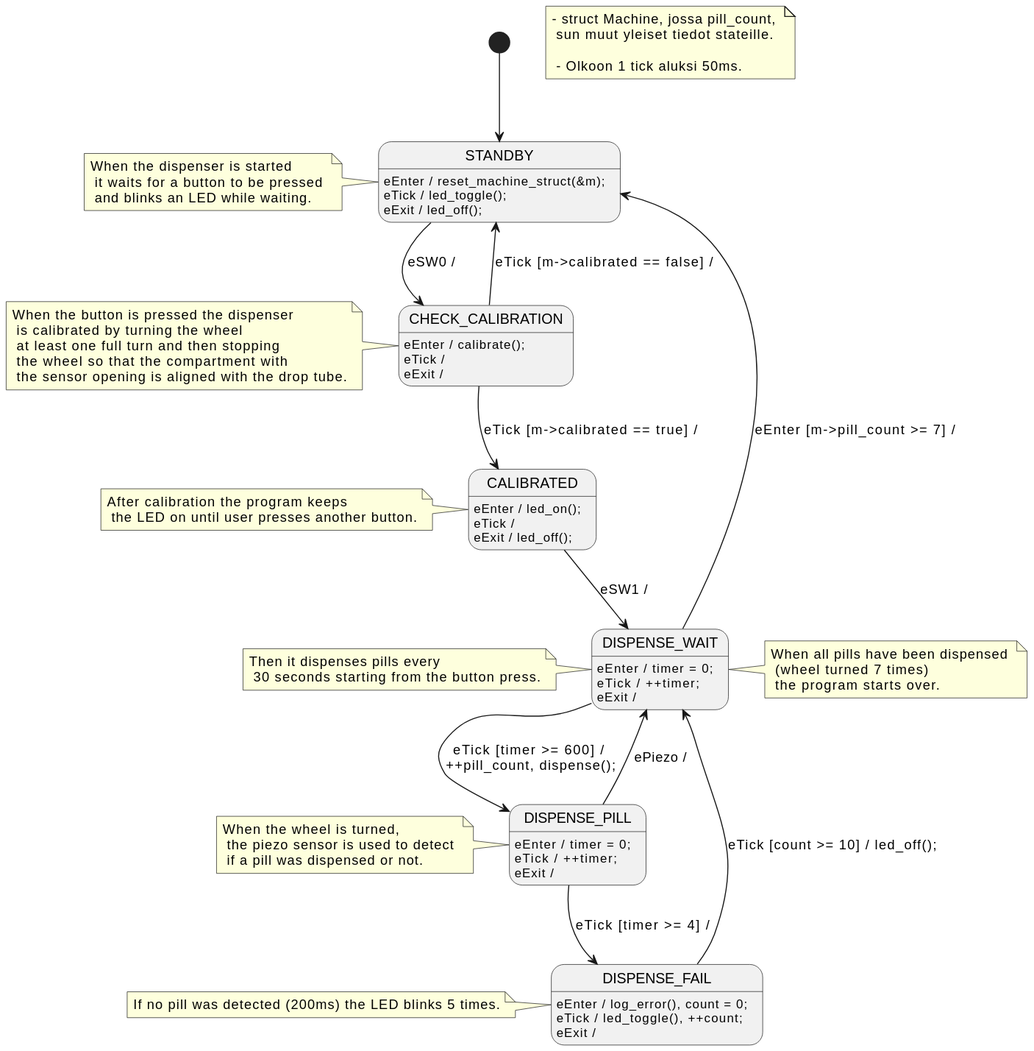
Above: out/minimum_state_diagram/Minimum State Machine.svg in aleksanteril/LAAKKEET (PlantUML), before the change.
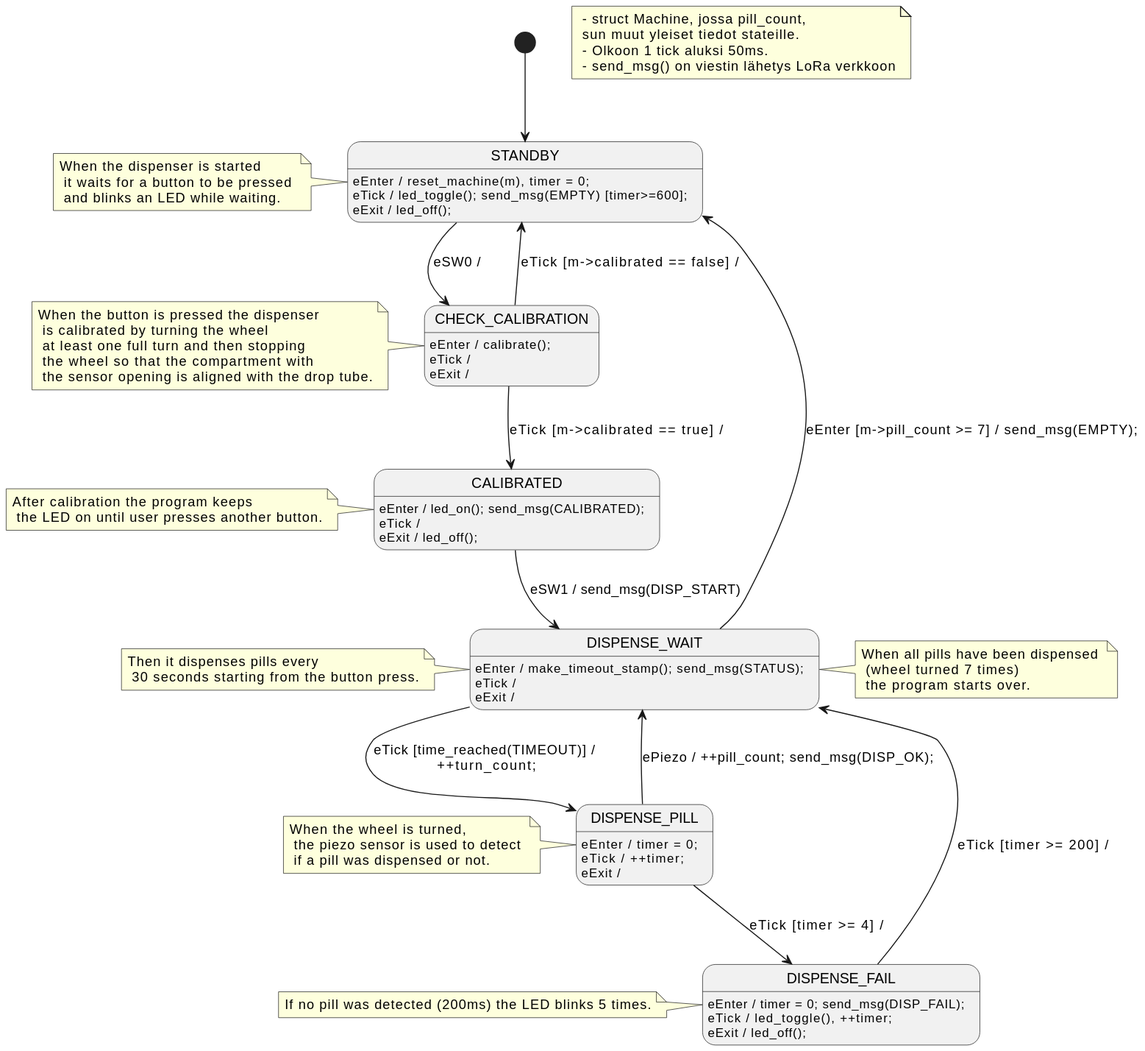
Above is the later version.

What changed in the source:
```diff
@@ -1,12 +1,12 @@
 @startuml
 [*] --> STANDBY
-STANDBY : eEnter / reset_machine_struct(&m);
-STANDBY : eTick / led_toggle();
+STANDBY : eEnter / reset_machine(m), timer = 0;
+STANDBY : eTick / led_toggle(); send_msg(EMPTY) [timer>=600];
 STANDBY : eExit / led_off();
 STANDBY --> CHECK_CALIBRATION : eSW0 /
 
 
-note "- struct Machine, jossa pill_count, \n sun muut yleiset tiedot stateille. \n \n - Olkoon 1 tick aluksi 50ms." as N1
+note " - struct Machine, jossa pill_count, \n sun muut yleiset tiedot stateille. \n - Olkoon 1 tick aluksi 50ms.\n - send_msg() on viestin lähetys LoRa verkkoon" as N1
 note left of STANDBY : When the dispenser is started \n it waits for a button to be pressed \n and blinks an LED while waiting.
 
 CHECK_CALIBRATION : eEnter / calibrate();
@@ -17,18 +17,18 @@
 
 note left of CHECK_CALIBRATION : When the button is pressed the dispenser \n is calibrated by turning the wheel \n at least one full turn and then stopping \n the wheel so that the compartment with \n the sensor opening is aligned with the drop tube.
 
-CALIBRATED : eEnter / led_on();
+CALIBRATED : eEnter / led_on(); send_msg(CALIBRATED);
 CALIBRATED : eTick /
 CALIBRATED : eExit / led_off();
-CALIBRATED --> DISPENSE_WAIT : eSW1 /
+CALIBRATED --> DISPENSE_WAIT : eSW1 / send_msg(DISP_START)
 
 note left of CALIBRATED : After calibration the program keeps \n the LED on until user presses another button.
 
-DISPENSE_WAIT : eEnter / timer = 0;
-DISPENSE_WAIT : eTick / ++timer;
+DISPENSE_WAIT : eEnter / make_timeout_stamp(); send_msg(STATUS);
+DISPENSE_WAIT : eTick /
 DISPENSE_WAIT : eExit /
-DISPENSE_WAIT --> DISPENSE_PILL : eTick [timer >= 600] / \n++pill_count, dispense();
-DISPENSE_WAIT --> STANDBY : eEnter [m->pill_count >= 7] /
+DISPENSE_WAIT --> DISPENSE_PILL : eTick [time_reached(TIMEOUT)] / \n++turn_count;
+DISPENSE_WAIT --> STANDBY : eEnter [m->pill_count >= 7] / send_msg(EMPTY);
 
 note left of DISPENSE_WAIT : Then it dispenses pills every \n 30 seconds starting from the button press.
 note right of DISPENSE_WAIT : When all pills have been dispensed \n (wheel turned 7 times) \n the program starts over.
@@ -36,15 +36,15 @@
 DISPENSE_PILL : eEnter / timer = 0;
 DISPENSE_PILL : eTick / ++timer;
 DISPENSE_PILL : eExit /
-DISPENSE_PILL --> DISPENSE_WAIT : ePiezo /
+DISPENSE_PILL --> DISPENSE_WAIT : ePiezo / ++pill_count; send_msg(DISP_OK);
 DISPENSE_PILL --> DISPENSE_FAIL : eTick [timer >= 4] /
 
 note left of DISPENSE_PILL : When the wheel is turned, \n the piezo sensor is used to detect \n if a pill was dispensed or not.
 
-DISPENSE_FAIL : eEnter / log_error(), count = 0;
-DISPENSE_FAIL : eTick / led_toggle(), ++count;
-DISPENSE_FAIL : eExit /
-DISPENSE_FAIL --> DISPENSE_WAIT : eTick [count >= 10] / led_off();
+DISPENSE_FAIL : eEnter / timer = 0; send_msg(DISP_FAIL);
+DISPENSE_FAIL : eTick / led_toggle(), ++timer;
+DISPENSE_FAIL : eExit / led_off();
+DISPENSE_FAIL --> DISPENSE_WAIT : eTick [timer >= 200] /
 
 note left of DISPENSE_FAIL : If no pill was detected (200ms) the LED blinks 5 times.
 @enduml
```
